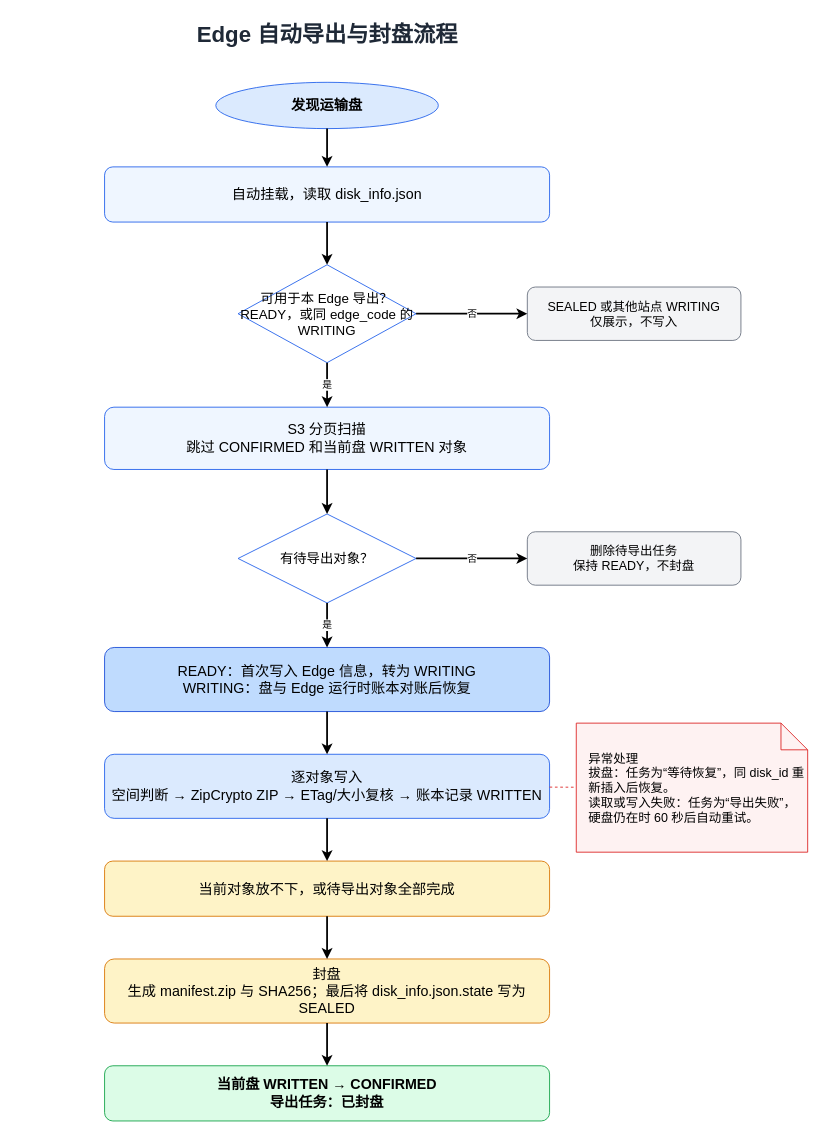
Earlier version of the draw.io diagram page "03-Edge导出流程" (3 of 5) of docs/流程图/RustFS离线运输盘同步系统.drawio (BeipySub/NewRustFsDisk). Source tidied: cells renumbered, new cells numbered last; positions are measured from the earlier drawing's top-left corner, leaving out a move shared by most shapes. Both pictures are drawn from the tidied source at 89%, with x=0, y=0 at pixel (15, 15).
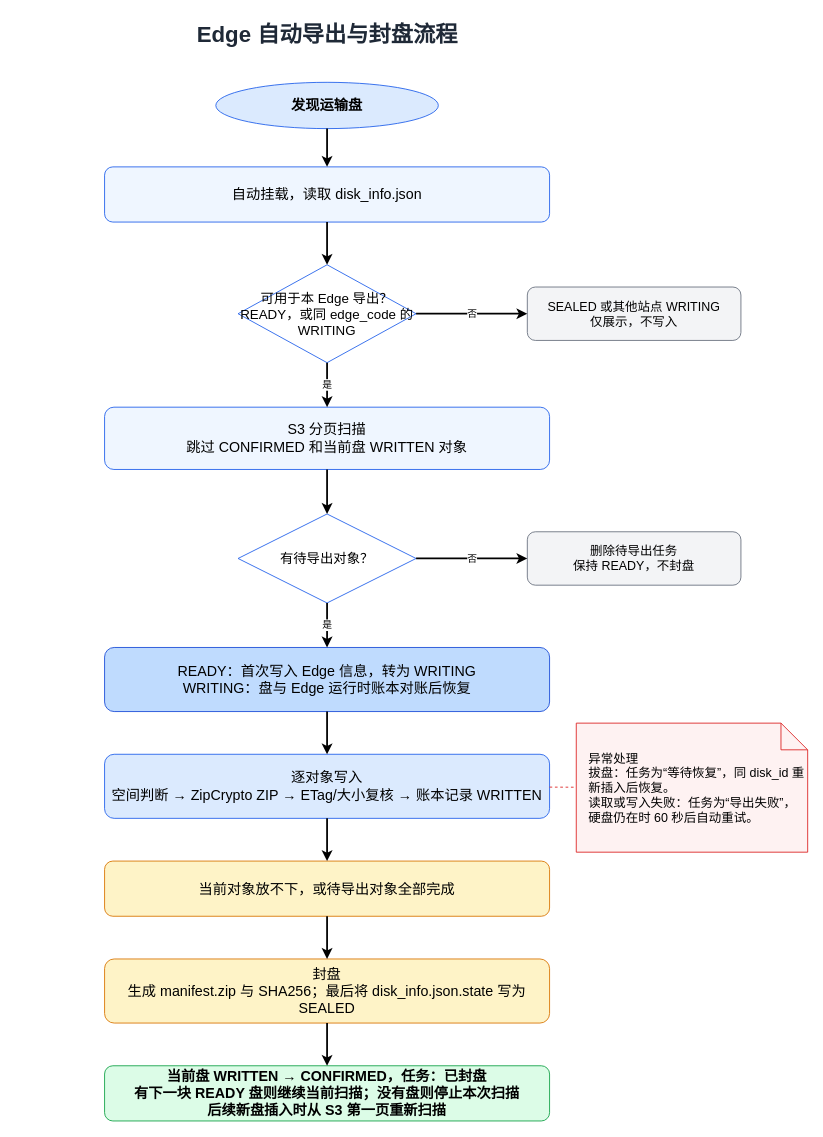
The same diagram, later.

The edit, as a diff of the source:
```diff
@@
-    <mxCell id="14" value="当前盘 WRITTEN → CONFIRMED&#10;导出任务：已封盘" style="rounded=1;whiteSpace=wrap;html=1;fillColor=#DCFCE7;strokeColor=#16A34A;fontSize=16;fontStyle=1;" parent="1" vertex="1">
+    <mxCell id="14" value="当前盘 WRITTEN → CONFIRMED，任务：已封盘&#10;有下一块 READY 盘则继续当前扫描；没有盘则停止本次扫描&#10;后续新盘插入时从 S3 第一页重新扫描" style="rounded=1;whiteSpace=wrap;html=1;fillColor=#DCFCE7;strokeColor=#16A34A;fontSize=16;fontStyle=1;" parent="1" vertex="1">
       <mxGeometry x="100" y="1180" width="500" height="62" as="geometry" />
     </mxCell>
```
